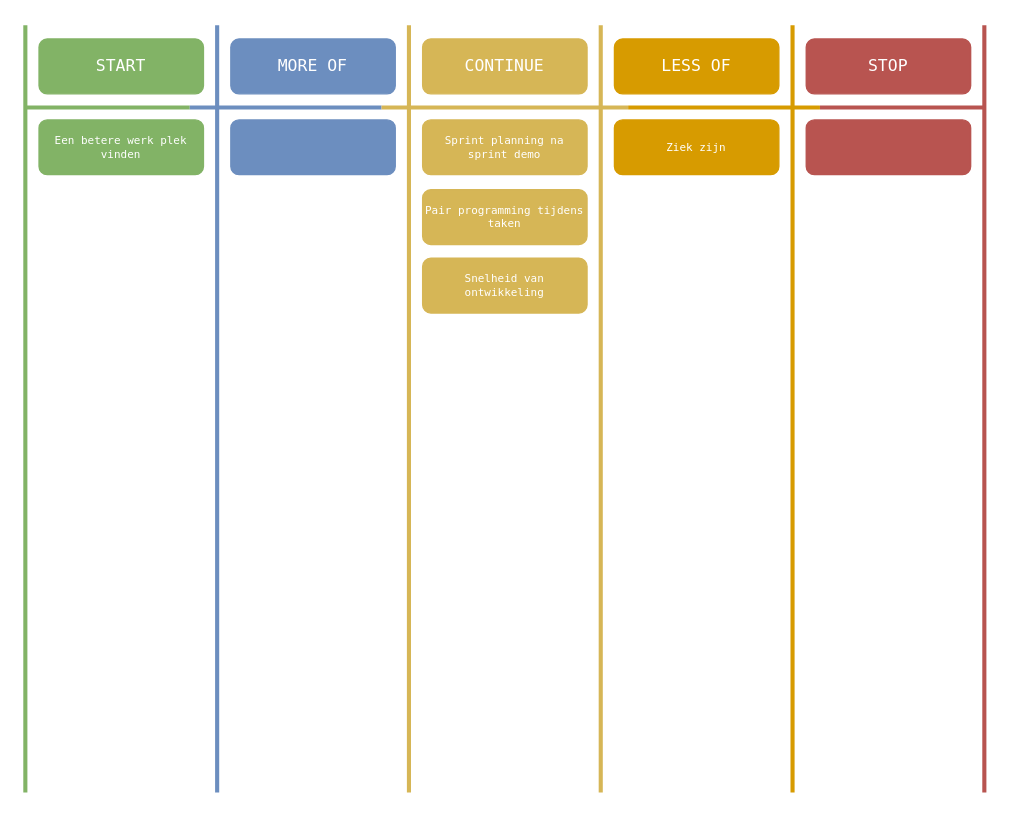
This is page "Sprint 6" (7 of 7) of Documentation/Process/Starfish.drawio from Keyslam/DartinMolema, a draw.io file, before an edit. Source tidied: cells renumbered, new cells numbered last; positions are measured from the earlier drawing's top-left corner, leaving out a move shared by most shapes. Both pictures are drawn from the tidied source at 137%, with x=0, y=0 at pixel (25, 25).
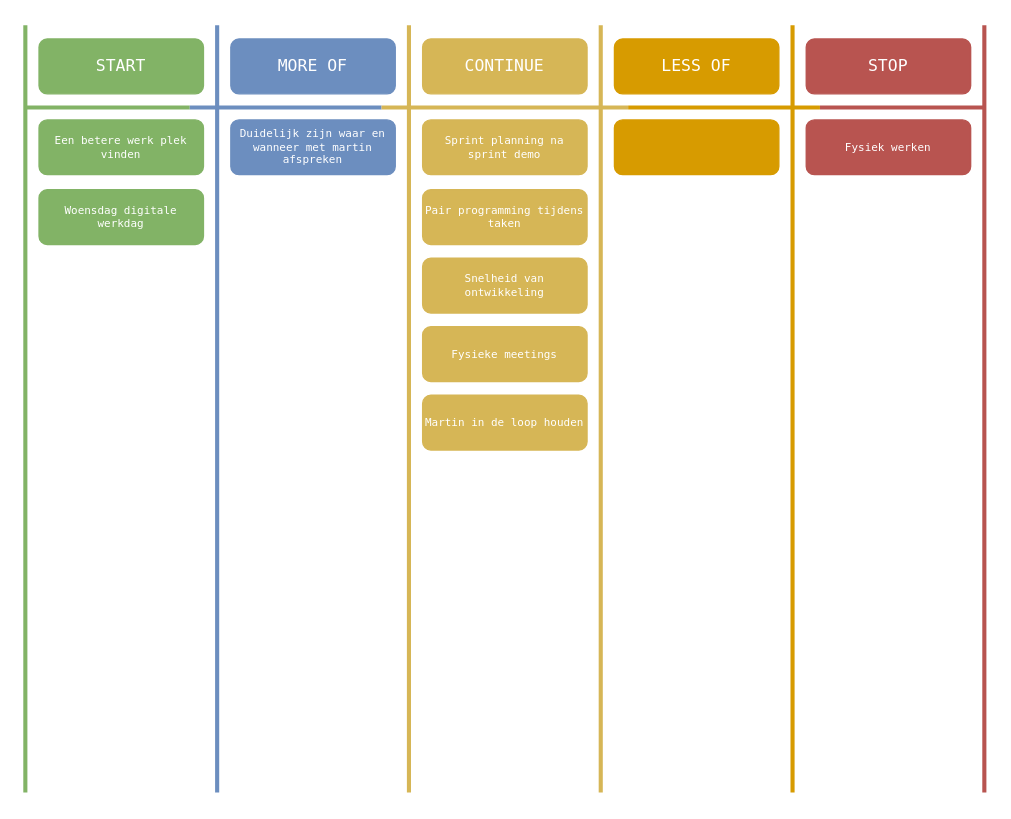
After the change.

What changed in the source:
```diff
@@
-    <mxCell id="18" style="rounded=1;whiteSpace=wrap;html=1;fillColor=#B85450;strokeColor=#b85450;fontFamily=Lucida Console;fontColor=#FFFFFF;fontSize=8;" parent="1" vertex="1">
+    <mxCell id="18" value="Fysiek werken" style="rounded=1;whiteSpace=wrap;html=1;fillColor=#B85450;strokeColor=#b85450;fontFamily=Lucida Console;fontColor=#FFFFFF;fontSize=8;" parent="1" vertex="1">
       <mxGeometry x="570" y="69" width="120" height="40" as="geometry" />
     </mxCell>
@@
-    <mxCell id="20" style="rounded=1;whiteSpace=wrap;html=1;fillColor=#6C8EBF;strokeColor=#6c8ebf;fontFamily=Lucida Console;fontColor=#FFFFFF;fontSize=8;" parent="1" vertex="1">
+    <mxCell id="20" value="Duidelijk zijn waar en wanneer met martin afspreken" style="rounded=1;whiteSpace=wrap;html=1;fillColor=#6C8EBF;strokeColor=#6c8ebf;fontFamily=Lucida Console;fontColor=#FFFFFF;fontSize=8;" parent="1" vertex="1">
       <mxGeometry x="150" y="69" width="120" height="40" as="geometry" />
     </mxCell>
@@
-    <mxCell id="22" value="Ziek zijn" style="rounded=1;whiteSpace=wrap;html=1;fillColor=#D79B00;strokeColor=#d79b00;fontFamily=Lucida Console;fontColor=#FFFFFF;fontSize=8;" parent="1" vertex="1">
+    <mxCell id="22" style="rounded=1;whiteSpace=wrap;html=1;fillColor=#D79B00;strokeColor=#d79b00;fontFamily=Lucida Console;fontColor=#FFFFFF;fontSize=8;" parent="1" vertex="1">
       <mxGeometry x="430" y="69" width="120" height="40" as="geometry" />
     </mxCell>
@@
+    <mxCell id="25" value="Woensdag digitale werkdag" style="rounded=1;whiteSpace=wrap;html=1;fillColor=#82B366;strokeColor=#82b366;fontFamily=Lucida Console;fontColor=#FFFFFF;fontSize=8;" parent="1" vertex="1">
+      <mxGeometry x="10" y="120" width="120" height="40" as="geometry" />
+    </mxCell>
+    <mxCell id="26" value="Fysieke meetings" style="rounded=1;whiteSpace=wrap;html=1;fillColor=#D6B656;strokeColor=#D6B656;fontFamily=Lucida Console;fontColor=#FFFFFF;fontSize=8;" parent="1" vertex="1">
+      <mxGeometry x="290" y="220" width="120" height="40" as="geometry" />
+    </mxCell>
+    <mxCell id="27" value="Martin in de loop houden" style="rounded=1;whiteSpace=wrap;html=1;fillColor=#D6B656;strokeColor=#D6B656;fontFamily=Lucida Console;fontColor=#FFFFFF;fontSize=8;" parent="1" vertex="1">
+      <mxGeometry x="290" y="270" width="120" height="40" as="geometry" />
+    </mxCell>
```
